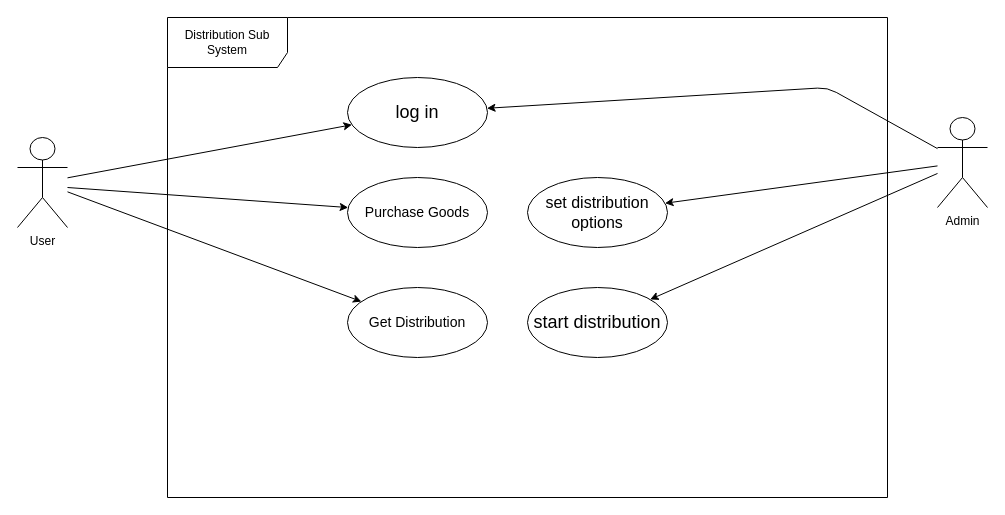
Earlier version of the draw.io diagram QiHang/distribution.drawio (zcbm009/suml). Source tidied: cells renumbered, new cells numbered last; positions are measured from the earlier drawing's top-left corner, leaving out a move shared by most shapes. Both pictures are drawn from the tidied source at 100%, with x=0, y=0 at pixel (17, 17).
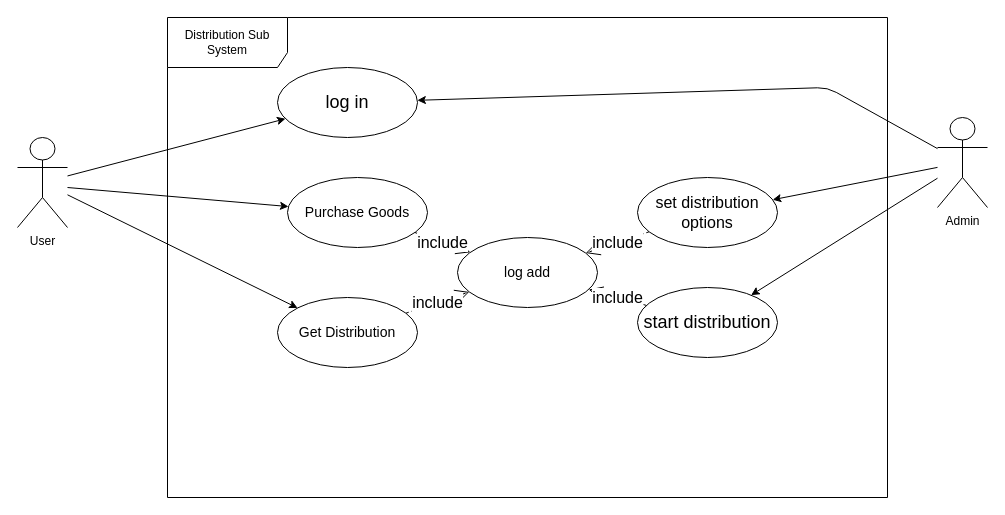
The same page after the edit.

What changed in the source:
```diff
@@
     <mxCell id="5" value="&lt;font style=&quot;font-size: 18px&quot;&gt;log in&lt;/font&gt;" style="ellipse;whiteSpace=wrap;html=1;" parent="1" vertex="1">
-      <mxGeometry x="330" y="60" width="140" height="70" as="geometry" />
+      <mxGeometry x="260" y="50" width="140" height="70" as="geometry" />
     </mxCell>
     <mxCell id="6" value="&lt;font style=&quot;font-size: 14px&quot;&gt;Purchase Goods&lt;/font&gt;" style="ellipse;whiteSpace=wrap;html=1;" parent="1" vertex="1">
-      <mxGeometry x="330" y="160" width="140" height="70" as="geometry" />
+      <mxGeometry x="270" y="160" width="140" height="70" as="geometry" />
     </mxCell>
     <mxCell id="7" value="&lt;font style=&quot;font-size: 16px;&quot;&gt;set distribution options&lt;br style=&quot;font-size: 16px;&quot;&gt;&lt;/font&gt;" style="ellipse;whiteSpace=wrap;html=1;fontSize=16;" parent="1" vertex="1">
-      <mxGeometry x="510" y="160" width="140" height="70" as="geometry" />
+      <mxGeometry x="620" y="160" width="140" height="70" as="geometry" />
     </mxCell>
     <mxCell id="8" value="&lt;font style=&quot;font-size: 18px&quot;&gt;start distribution&lt;br&gt;&lt;/font&gt;" style="ellipse;whiteSpace=wrap;html=1;" parent="1" vertex="1">
-      <mxGeometry x="510" y="270" width="140" height="70" as="geometry" />
+      <mxGeometry x="620" y="270" width="140" height="70" as="geometry" />
     </mxCell>
     <mxCell id="9" value="&lt;span style=&quot;font-size: 14px&quot;&gt;Get Distribution&lt;br&gt;&lt;/span&gt;" style="ellipse;whiteSpace=wrap;html=1;" parent="1" vertex="1">
-      <mxGeometry x="330" y="270" width="140" height="70" as="geometry" />
+      <mxGeometry x="260" y="280" width="140" height="70" as="geometry" />
     </mxCell>
@@
+    <mxCell id="16" value="&lt;font style=&quot;font-size: 14px&quot;&gt;log add&lt;/font&gt;" style="ellipse;whiteSpace=wrap;html=1;" parent="1" vertex="1">
+      <mxGeometry x="440" y="220" width="140" height="70" as="geometry" />
+    </mxCell>
+    <mxCell id="17" value="include" style="endArrow=open;endSize=12;dashed=1;html=1;fontSize=16;" parent="1" edge="1" source="7" target="16">
+      <mxGeometry relative="1" as="geometry" />
+    </mxCell>
+    <mxCell id="18" value="include" style="endArrow=open;endSize=12;dashed=1;html=1;fontSize=16;" parent="1" edge="1" source="8" target="16">
+      <mxGeometry relative="1" as="geometry" />
+    </mxCell>
+    <mxCell id="19" value="include" style="endArrow=open;endSize=12;dashed=1;html=1;fontSize=16;" parent="1" edge="1" source="9" target="16">
+      <mxGeometry relative="1" as="geometry" />
+    </mxCell>
+    <mxCell id="20" value="include" style="endArrow=open;endSize=12;dashed=1;html=1;fontSize=16;" parent="1" edge="1" source="6" target="16">
+      <mxGeometry relative="1" as="geometry" />
+    </mxCell>
```
